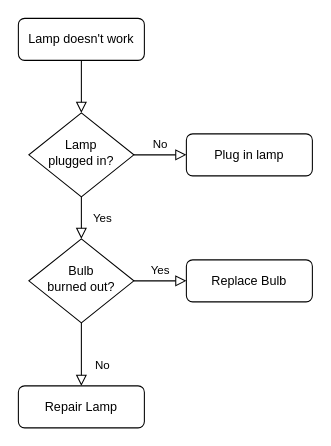
Earlier version of the draw.io diagram Biểu đồ không có tiêu đề.drawio (QuangHuy2006/session-1-C). Source tidied: cells renumbered, new cells numbered last; positions are measured from the earlier drawing's top-left corner, leaving out a move shared by most shapes. Both pictures are drawn from the tidied source at 105%, with x=0, y=0 at pixel (18, 18).
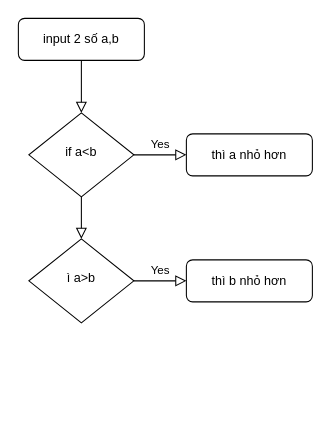
The same diagram, later.

Diff of the diagram source:
```diff
@@
 <mxGraphModel>
   <root>
     <mxCell id="0" />
     <mxCell id="1" parent="0" />
     <mxCell id="2" style="rounded=0;html=1;jettySize=auto;fontSize=11;endArrow=block;endFill=0;endSize=8;strokeWidth=1;shadow=0;labelBackgroundColor=none;edgeStyle=orthogonalEdgeStyle;" parent="1" edge="1" source="3" target="6">
       <mxGeometry relative="1" as="geometry" />
     </mxCell>
-    <mxCell id="3" value="Lamp doesn't work" style="rounded=1;whiteSpace=wrap;html=1;fontSize=12;glass=0;strokeWidth=1;shadow=0;" parent="1" vertex="1">
+    <mxCell id="3" value="input 2 số a,b" style="rounded=1;whiteSpace=wrap;html=1;fontSize=12;glass=0;strokeWidth=1;shadow=0;" parent="1" vertex="1">
       <mxGeometry width="120" height="40" as="geometry" />
     </mxCell>
-    <mxCell id="4" value="Yes" style="rounded=0;html=1;jettySize=auto;fontSize=11;endArrow=block;endFill=0;endSize=8;strokeWidth=1;shadow=0;labelBackgroundColor=none;edgeStyle=orthogonalEdgeStyle;" parent="1" edge="1" source="6" target="10">
+    <mxCell id="4" style="rounded=0;html=1;jettySize=auto;fontSize=11;endArrow=block;endFill=0;endSize=8;strokeWidth=1;shadow=0;labelBackgroundColor=none;edgeStyle=orthogonalEdgeStyle;" parent="1" edge="1" source="6" target="10">
       <mxGeometry y="20" relative="1" as="geometry" />
     </mxCell>
-    <mxCell id="5" value="No" style="edgeStyle=orthogonalEdgeStyle;rounded=0;html=1;jettySize=auto;fontSize=11;endArrow=block;endFill=0;endSize=8;strokeWidth=1;shadow=0;labelBackgroundColor=none;" parent="1" edge="1" source="6" target="7">
+    <mxCell id="5" value="Yes" style="edgeStyle=orthogonalEdgeStyle;rounded=0;html=1;jettySize=auto;fontSize=11;endArrow=block;endFill=0;endSize=8;strokeWidth=1;shadow=0;labelBackgroundColor=none;" parent="1" edge="1" source="6" target="7">
       <mxGeometry y="10" relative="1" as="geometry" />
     </mxCell>
-    <mxCell id="6" value="Lamp&lt;br&gt;plugged in?" style="rhombus;whiteSpace=wrap;html=1;shadow=0;fontFamily=Helvetica;fontSize=12;align=center;strokeWidth=1;spacing=6;spacingTop=-4;" parent="1" vertex="1">
+    <mxCell id="6" value="if a&amp;lt;b" style="rhombus;whiteSpace=wrap;html=1;shadow=0;fontFamily=Helvetica;fontSize=12;align=center;strokeWidth=1;spacing=6;spacingTop=-4;" parent="1" vertex="1">
       <mxGeometry x="10" y="90" width="100" height="80" as="geometry" />
     </mxCell>
-    <mxCell id="7" value="Plug in lamp" style="rounded=1;whiteSpace=wrap;html=1;fontSize=12;glass=0;strokeWidth=1;shadow=0;" parent="1" vertex="1">
+    <mxCell id="7" value="thì a nhỏ hơn" style="rounded=1;whiteSpace=wrap;html=1;fontSize=12;glass=0;strokeWidth=1;shadow=0;" parent="1" vertex="1">
       <mxGeometry x="160" y="110" width="120" height="40" as="geometry" />
     </mxCell>
-    <mxCell id="8" value="No" style="rounded=0;html=1;jettySize=auto;fontSize=11;endArrow=block;endFill=0;endSize=8;strokeWidth=1;shadow=0;labelBackgroundColor=none;edgeStyle=orthogonalEdgeStyle;" parent="1" edge="1" source="10" target="11">
-      <mxGeometry x="0.33" y="20" relative="1" as="geometry" />
-    </mxCell>
     <mxCell id="9" value="Yes" style="edgeStyle=orthogonalEdgeStyle;rounded=0;html=1;jettySize=auto;fontSize=11;endArrow=block;endFill=0;endSize=8;strokeWidth=1;shadow=0;labelBackgroundColor=none;" parent="1" edge="1" source="10" target="12">
       <mxGeometry y="10" relative="1" as="geometry" />
     </mxCell>
-    <mxCell id="10" value="Bulb&lt;br&gt;burned out?" style="rhombus;whiteSpace=wrap;html=1;shadow=0;fontFamily=Helvetica;fontSize=12;align=center;strokeWidth=1;spacing=6;spacingTop=-4;" parent="1" vertex="1">
+    <mxCell id="10" value="ì a&amp;gt;b" style="rhombus;whiteSpace=wrap;html=1;shadow=0;fontFamily=Helvetica;fontSize=12;align=center;strokeWidth=1;spacing=6;spacingTop=-4;" parent="1" vertex="1">
       <mxGeometry x="10" y="210" width="100" height="80" as="geometry" />
     </mxCell>
-    <mxCell id="11" value="Repair Lamp" style="rounded=1;whiteSpace=wrap;html=1;fontSize=12;glass=0;strokeWidth=1;shadow=0;" parent="1" vertex="1">
-      <mxGeometry y="350" width="120" height="40" as="geometry" />
-    </mxCell>
-    <mxCell id="12" value="Replace Bulb" style="rounded=1;whiteSpace=wrap;html=1;fontSize=12;glass=0;strokeWidth=1;shadow=0;" parent="1" vertex="1">
+    <mxCell id="12" value="thì b nhỏ hơn" style="rounded=1;whiteSpace=wrap;html=1;fontSize=12;glass=0;strokeWidth=1;shadow=0;" parent="1" vertex="1">
       <mxGeometry x="160" y="230" width="120" height="40" as="geometry" />
     </mxCell>
   </root>
 </mxGraphModel>
```
